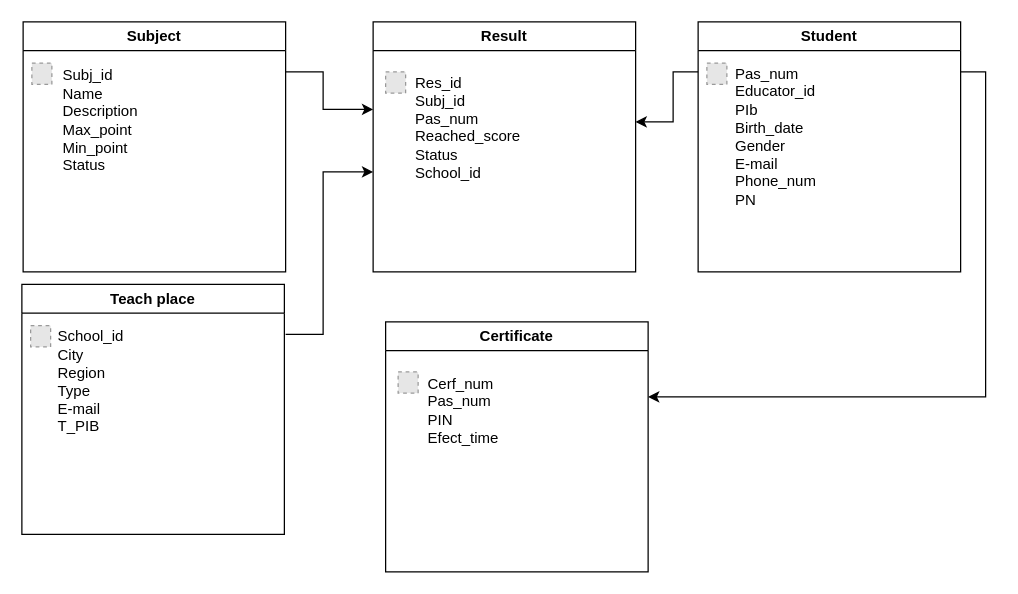
Above: page "ER" (2 of 2) of Database cheme.drawio in hucketa/CP (draw.io), before the change. Source tidied: cells renumbered, new cells numbered last; positions are measured from the earlier drawing's top-left corner, leaving out a move shared by most shapes. Both pictures are drawn from the tidied source at 125%, with x=0, y=0 at pixel (21, 21). Pictures stored in the file or linked from it are replaced by grey dashed boxes.
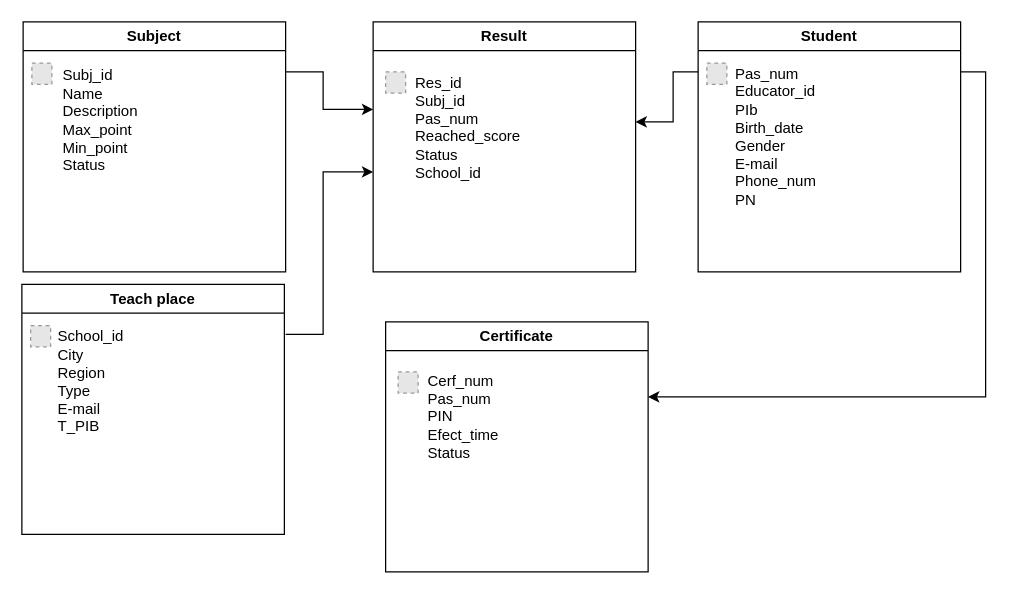
After the change.

The change refers to these unchanged cells:
```xml
<mxCell id="17" value="Certificate" style="swimlane;whiteSpace=wrap;html=1;startSize=23;" parent="1" vertex="1">
  <mxGeometry x="291" y="240" width="210" height="200" as="geometry" />
</mxCell>
```

The edit, as a diff of the source:
```diff
@@
-    <mxCell id="19" value="&lt;div style=&quot;&quot;&gt;&lt;span style=&quot;background-color: initial;&quot;&gt;Cerf_num&lt;/span&gt;&lt;/div&gt;&lt;div style=&quot;&quot;&gt;&lt;span style=&quot;text-wrap: nowrap; background-color: initial;&quot;&gt;Pas_num&lt;/span&gt;&lt;/div&gt;&lt;div style=&quot;&quot;&gt;&lt;span style=&quot;background-color: initial;&quot;&gt;PIN&lt;/span&gt;&lt;br&gt;&lt;/div&gt;&lt;div style=&quot;&quot;&gt;&lt;span style=&quot;text-wrap: nowrap;&quot;&gt;Efect_time&lt;br&gt;&lt;/span&gt;&lt;/div&gt;" style="text;html=1;align=left;verticalAlign=middle;whiteSpace=wrap;rounded=0;fontColor=default;" parent="17" vertex="1">
-      <mxGeometry x="32" y="6" width="140" height="130" as="geometry" />
+    <mxCell id="19" value="&lt;div style=&quot;&quot;&gt;&lt;span style=&quot;background-color: initial;&quot;&gt;Cerf_num&lt;/span&gt;&lt;/div&gt;&lt;div style=&quot;&quot;&gt;&lt;span style=&quot;text-wrap: nowrap; background-color: initial;&quot;&gt;Pas_num&lt;/span&gt;&lt;/div&gt;&lt;div style=&quot;&quot;&gt;&lt;span style=&quot;background-color: initial;&quot;&gt;PIN&lt;/span&gt;&lt;br&gt;&lt;/div&gt;&lt;div style=&quot;&quot;&gt;&lt;span style=&quot;text-wrap: nowrap;&quot;&gt;Efect_time&lt;br&gt;&lt;/span&gt;&lt;/div&gt;&lt;div style=&quot;&quot;&gt;&lt;span style=&quot;text-wrap: nowrap;&quot;&gt;Status&lt;/span&gt;&lt;/div&gt;" style="text;html=1;align=left;verticalAlign=middle;whiteSpace=wrap;rounded=0;fontColor=default;" parent="17" vertex="1">
+      <mxGeometry x="32" y="11" width="140" height="130" as="geometry" />
     </mxCell>
```
